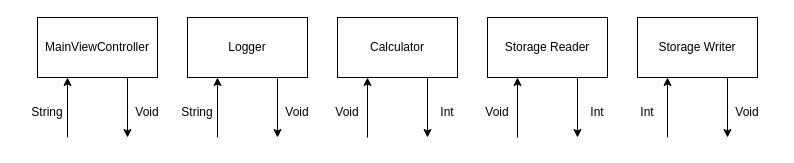
Before: sample/images/components1.drawio in prokhor-andrew/simprokmachine-ios, a draw.io diagram. Source tidied: cells renumbered, new cells numbered last; positions are measured from the earlier drawing's top-left corner, leaving out a move shared by most shapes. Both pictures are drawn from the tidied source at 100%, with x=0, y=0 at pixel (17, 17).
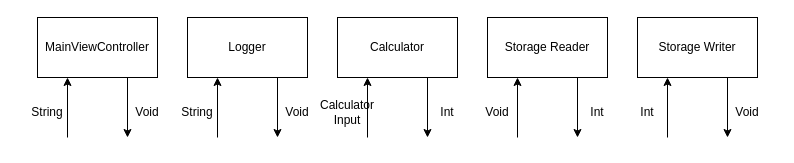
After the change.

Diff of the diagram source:
```diff
@@
-    <mxCell id="13" value="Void" style="text;html=1;strokeColor=none;fillColor=none;align=center;verticalAlign=middle;whiteSpace=wrap;rounded=0;" parent="1" vertex="1">
+    <mxCell id="13" value="Calculator&lt;br&gt;Input" style="text;html=1;strokeColor=none;fillColor=none;align=center;verticalAlign=middle;whiteSpace=wrap;rounded=0;" parent="1" vertex="1">
       <mxGeometry x="300" y="80" width="60" height="30" as="geometry" />
     </mxCell>
```
